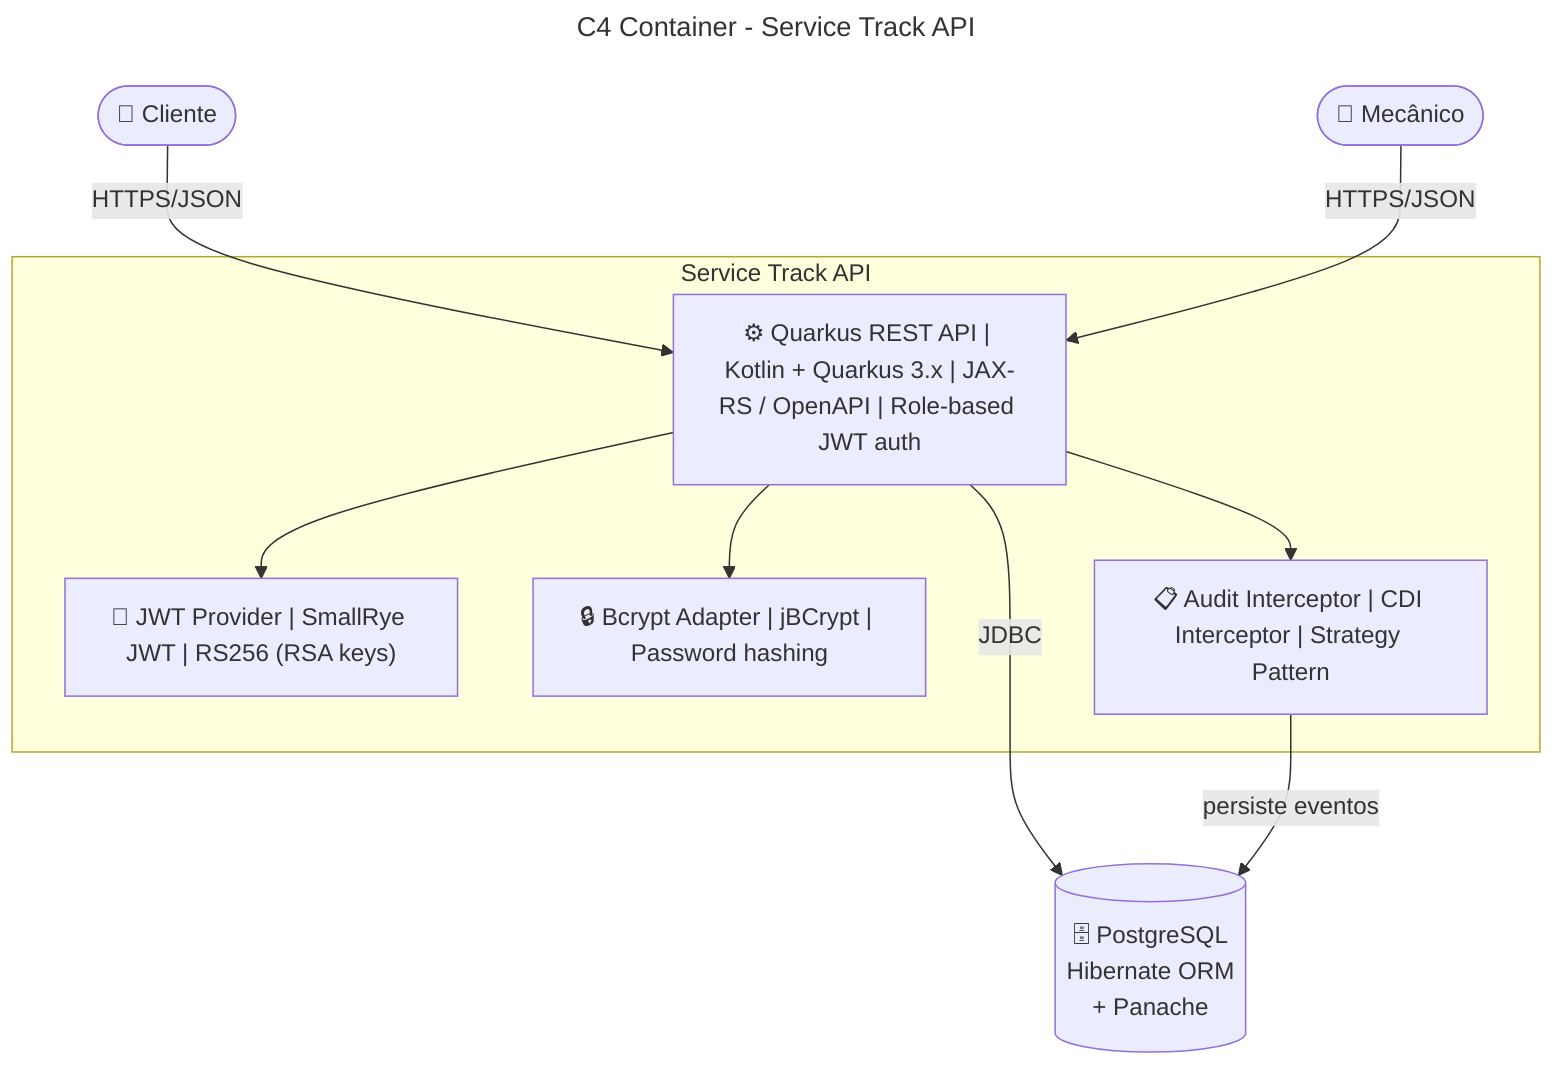
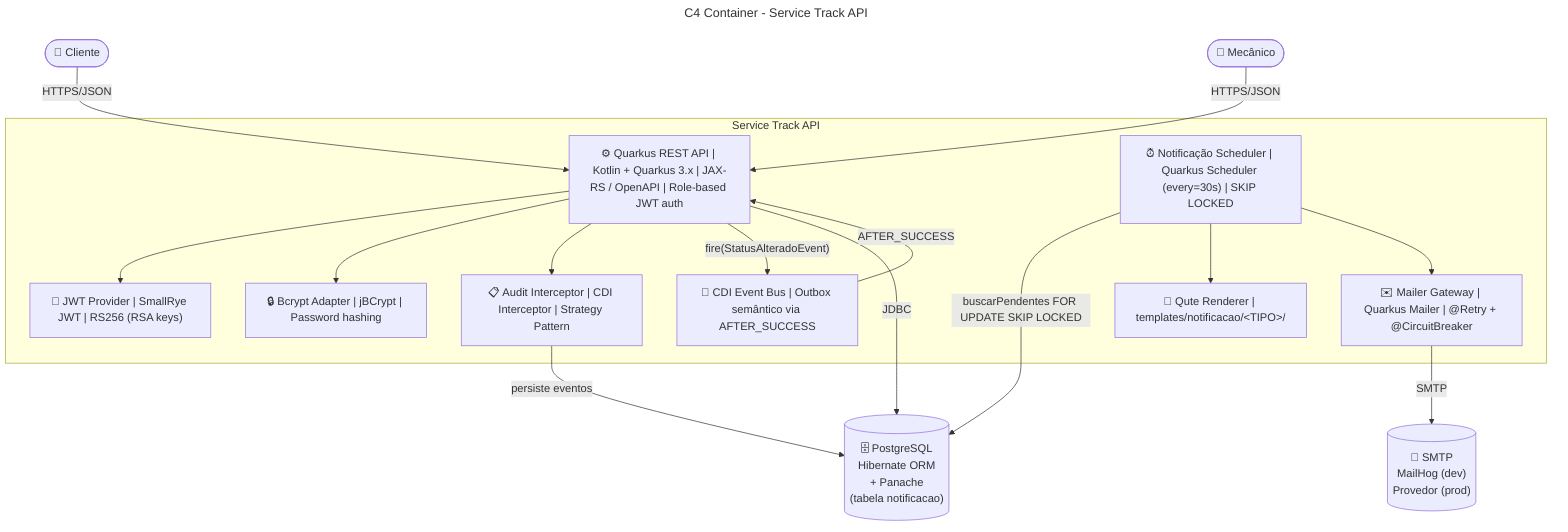
---
title: C4 Container - Service Track API
---
flowchart TD
    Cliente(["👤 Cliente"])
    Mecanico(["🔧 Mecânico"])

    subgraph ST["Service Track API"]
        API["⚙️ Quarkus REST API | Kotlin + Quarkus 3.x | JAX-RS / OpenAPI | Role-based JWT auth"]
        JWT["🔐 JWT Provider | SmallRye JWT | RS256 (RSA keys)"]
        BCRYPT["🔒 Bcrypt Adapter | jBCrypt | Password hashing"]
        AUDIT["📋 Audit Interceptor | CDI Interceptor | Strategy Pattern"]
+         EVT["📣 CDI Event Bus | Outbox semântico via AFTER_SUCCESS"]
+         SCHED["⏰ Notificação Scheduler | Quarkus Scheduler (every=30s) | SKIP LOCKED"]
+         QUTE["🎨 Qute Renderer | templates/notificacao/&lt;TIPO&gt;/"]
+         MAILER["✉️ Mailer Gateway | Quarkus Mailer | @Retry + @CircuitBreaker"]
    end

-     DB[("🗄️ PostgreSQL<br/>Hibernate ORM<br/>+ Panache")]
+     DB[("🗄️ PostgreSQL<br/>Hibernate ORM<br/>+ Panache<br/>(tabela notificacao)")]
+     SMTP[("📮 SMTP<br/>MailHog (dev)<br/>Provedor (prod)")]

    Cliente -->|"HTTPS/JSON"| API
    Mecanico -->|"HTTPS/JSON"| API
    API --> JWT
    API --> BCRYPT
    API --> AUDIT
+     API -- "fire(StatusAlteradoEvent)" --> EVT
+     EVT -- "AFTER_SUCCESS" --> API
+     SCHED -- "buscarPendentes FOR UPDATE SKIP LOCKED" --> DB
+     SCHED --> QUTE
+     SCHED --> MAILER
    API -->|"JDBC"| DB
    AUDIT -->|"persiste eventos"| DB
+     MAILER -->|"SMTP"| SMTP
